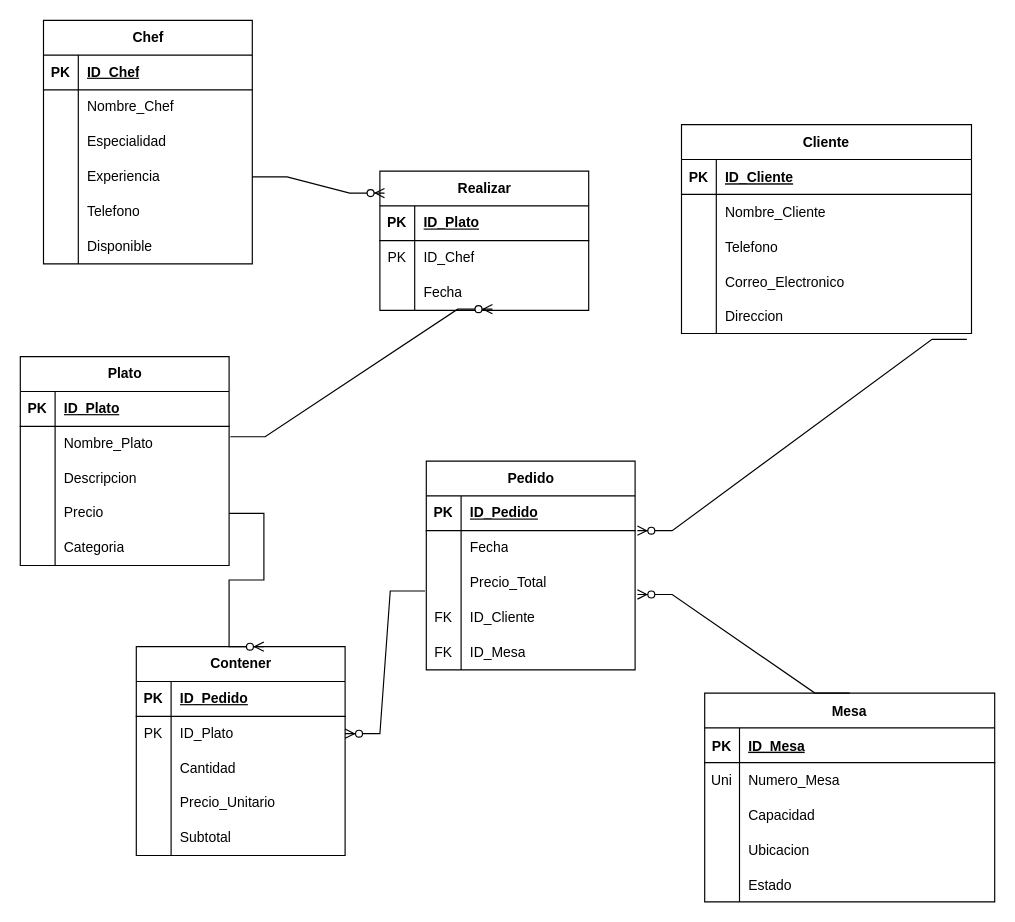
Earlier version of the draw.io diagram Diagrama sin título.drawio (HugoAlFus/Diagramas_Entidad-Relacion). Source tidied: cells renumbered, new cells numbered last; positions are measured from the earlier drawing's top-left corner, leaving out a move shared by most shapes. Both pictures are drawn from the tidied source at 116%, with x=0, y=0 at pixel (20, -38).
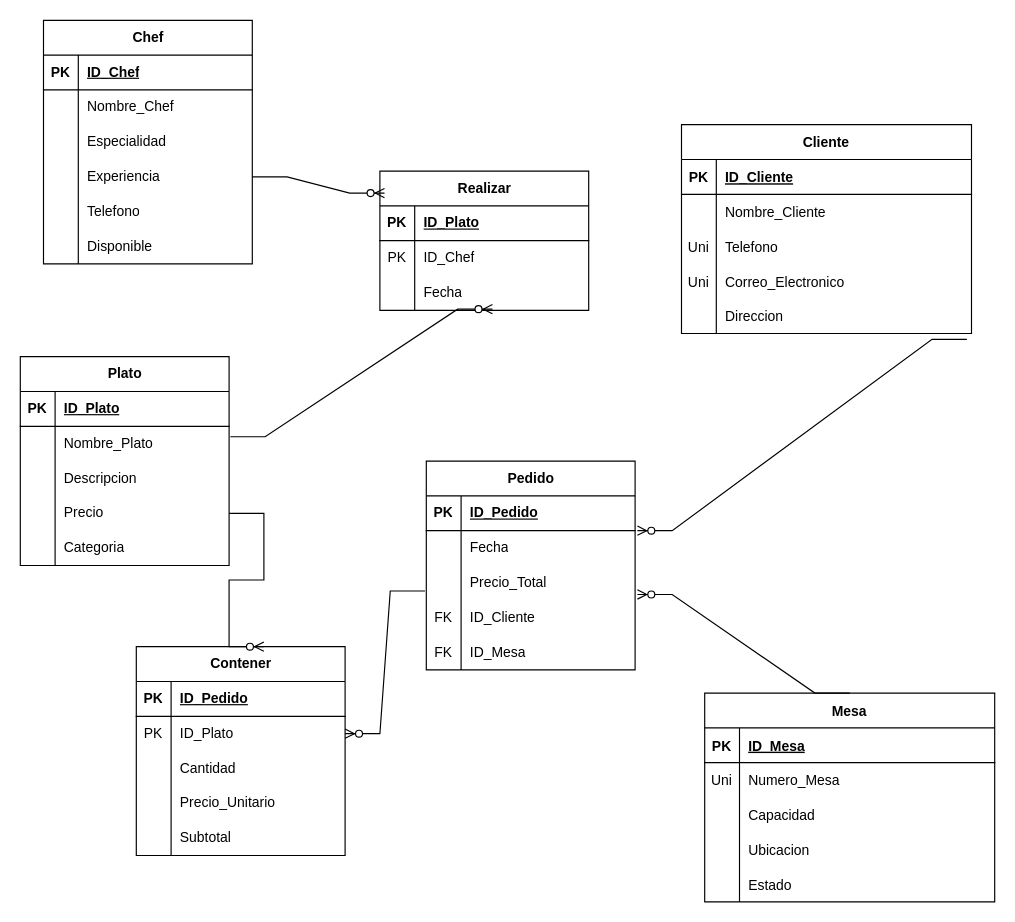
Above is the later version.

Unchanged cells that the change refers to:
```xml
<mxCell id="9" style="shape=partialRectangle;fillColor=none;top=0;left=0;right=0;bottom=0;" parent="2" vertex="1">
  <mxGeometry y="90" width="250" height="30" as="geometry" />
</mxCell>
<mxCell id="12" style="shape=partialRectangle;fillColor=none;top=0;left=0;right=0;bottom=0;" parent="2" vertex="1">
  <mxGeometry y="120" width="250" height="30" as="geometry" />
</mxCell>
```

Change to the diagram source:
```diff
@@
-    <mxCell id="10" style="shape=partialRectangle;overflow=hidden;fillColor=none;top=0;left=0;bottom=0;right=0;" parent="9" vertex="1">
+    <mxCell id="10" value="Uni" style="shape=partialRectangle;overflow=hidden;fillColor=none;top=0;left=0;bottom=0;right=0;" parent="9" vertex="1">
       <mxGeometry width="30" height="30" as="geometry" />
     </mxCell>
@@
-    <mxCell id="13" style="shape=partialRectangle;overflow=hidden;fillColor=none;top=0;left=0;bottom=0;right=0;" parent="12" vertex="1">
+    <mxCell id="13" value="Uni" style="shape=partialRectangle;overflow=hidden;fillColor=none;top=0;left=0;bottom=0;right=0;" parent="12" vertex="1">
       <mxGeometry width="30" height="30" as="geometry" />
     </mxCell>
```
